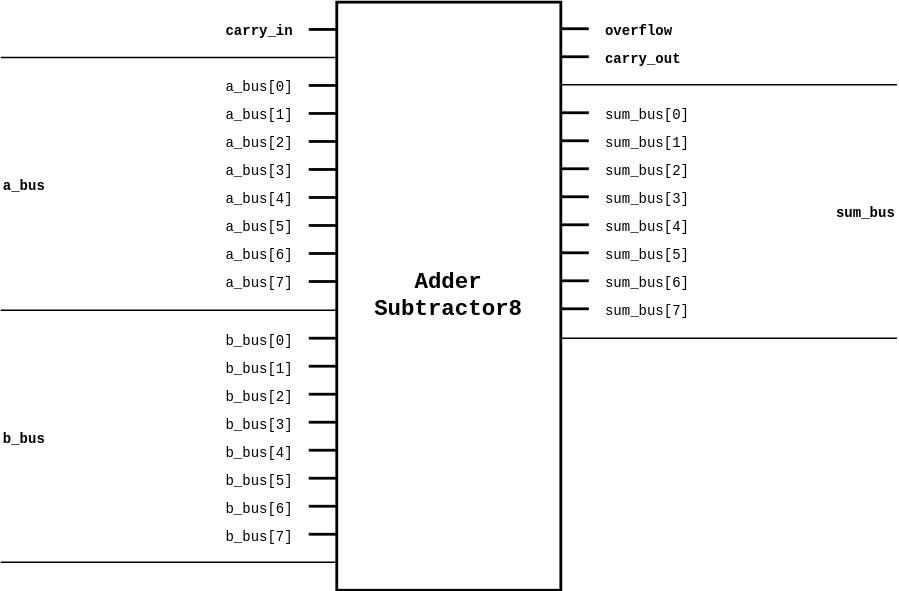
Above: docs/images/schematics/arithmetic/AdderSubtractor8.svg in jamesjiang52/Bitwise (draw.io), before the change. Source tidied: cells renumbered, new cells last; positions are measured from the earlier drawing's top-left corner, leaving out a move shared by most shapes.
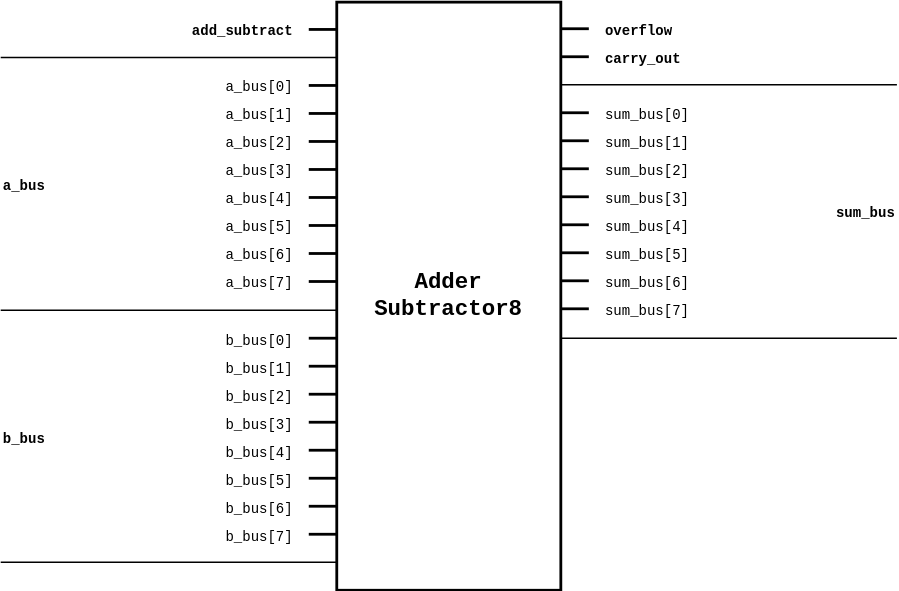
After the change.

Change to the diagram source:
```diff
@@ -35,7 +35,7 @@
     <mxCell id="9" value="&lt;font face=&quot;Courier New&quot;&gt;&lt;span style=&quot;font-size: 16px&quot;&gt;&lt;b&gt;Adder&lt;br&gt;Subtractor8&lt;/b&gt;&lt;/span&gt;&lt;/font&gt;&lt;br&gt;" style="text;html=1;strokeColor=none;fillColor=none;align=center;verticalAlign=middle;whiteSpace=wrap;rounded=0;" parent="2" vertex="1">
       <mxGeometry x="240" width="160" height="420" as="geometry" />
     </mxCell>
-    <mxCell id="10" value="&lt;b&gt;&lt;font face=&quot;Courier New&quot; style=&quot;font-size: 10px&quot;&gt;carry_in&lt;/font&gt;&lt;/b&gt;" style="text;html=1;strokeColor=none;fillColor=none;align=right;verticalAlign=middle;whiteSpace=wrap;rounded=0;" parent="2" vertex="1">
+    <mxCell id="10" value="&lt;b&gt;&lt;font face=&quot;Courier New&quot; style=&quot;font-size: 10px&quot;&gt;add_subtract&lt;/font&gt;&lt;/b&gt;" style="text;html=1;strokeColor=none;fillColor=none;align=right;verticalAlign=middle;whiteSpace=wrap;rounded=0;" parent="2" vertex="1">
       <mxGeometry x="170" y="9.5" width="40" height="20" as="geometry" />
     </mxCell>
     <mxCell id="11" value="&lt;font face=&quot;Courier New&quot;&gt;&lt;font style=&quot;font-size: 10px&quot;&gt;a_bus[0]&lt;/font&gt;&lt;br&gt;&lt;/font&gt;" style="text;html=1;strokeColor=none;fillColor=none;align=right;verticalAlign=middle;whiteSpace=wrap;rounded=0;" parent="2" vertex="1">
```
